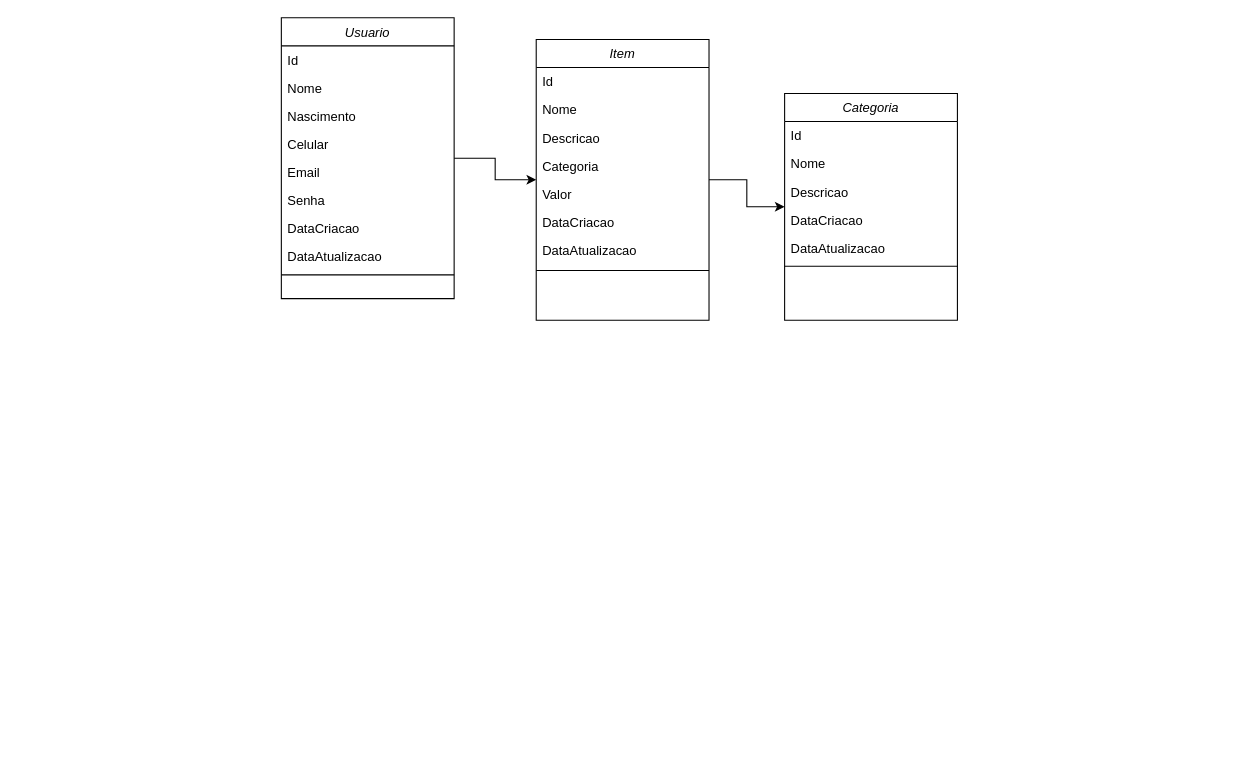
Earlier version of the draw.io diagram Diagrama sem nome.drawio (Olisabbi/Arithmosotto). Source tidied: cells renumbered, new cells numbered last; positions are measured from the earlier drawing's top-left corner, leaving out a move shared by most shapes. Both pictures are drawn from the tidied source at 108%, with x=0, y=0 at pixel (281, 17).
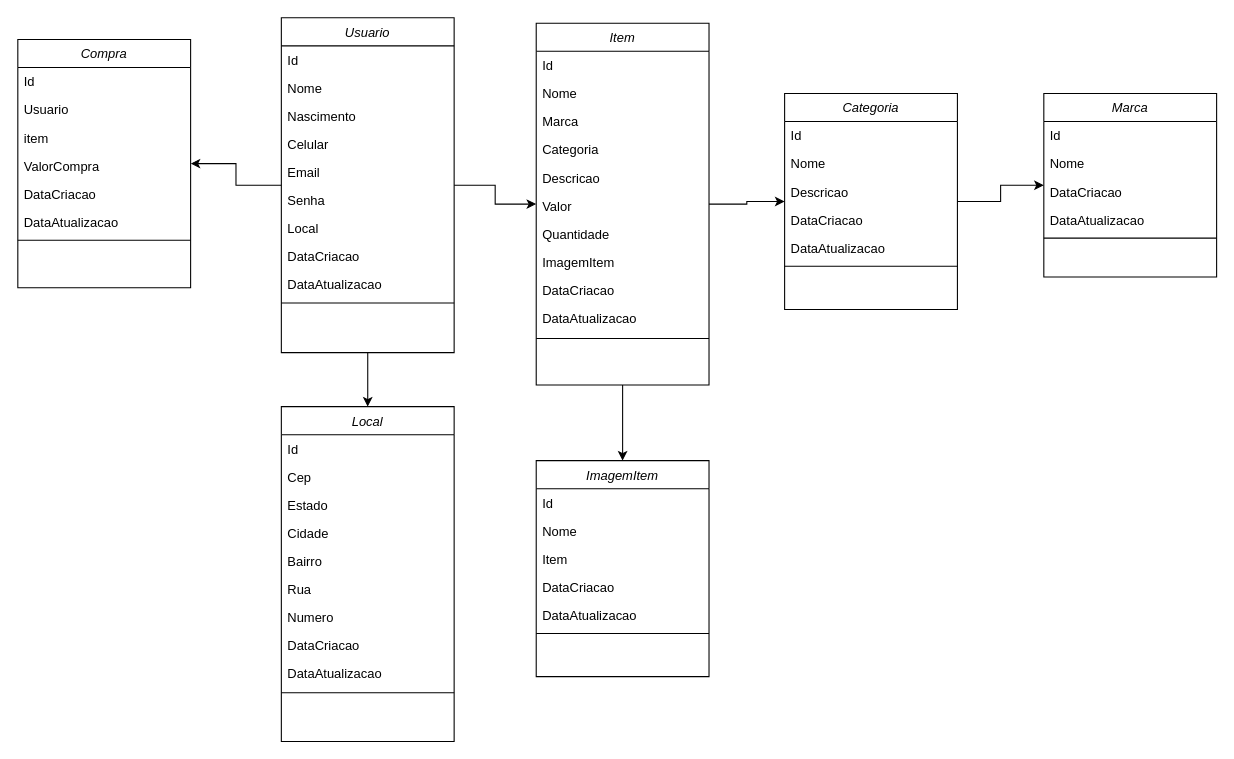
The same diagram, later.

The edit, as a diff of the source:
```diff
@@
+    <mxCell id="30" style="edgeStyle=orthogonalEdgeStyle;rounded=0;jettySize=auto;html=1;" parent="1" edge="1" source="3" target="38">
+      <mxGeometry relative="1" as="geometry" />
+    </mxCell>
+    <mxCell id="31" style="edgeStyle=orthogonalEdgeStyle;rounded=0;jettySize=auto;html=1;" parent="1" edge="1" source="3" target="59">
+      <mxGeometry relative="1" as="geometry" />
+    </mxCell>
     <mxCell id="3" value="Usuario" style="swimlane;fontStyle=2;align=center;verticalAlign=top;horizontal=1;startSize=26;rounded=0;shadow=0;strokeWidth=1;" parent="1" vertex="1">
-      <mxGeometry width="160" height="260" as="geometry" />
+      <mxGeometry width="160" height="310" as="geometry" />
     </mxCell>
@@
+    <mxCell id="32" value="Local" style="text;align=left;verticalAlign=top;spacingLeft=4;spacingRight=4;overflow=hidden;rounded=0;shadow=0;html=0;" parent="3" vertex="1">
+      <mxGeometry y="182" width="160" height="26" as="geometry" />
+    </mxCell>
     <mxCell id="10" value="DataCriacao" style="text;align=left;verticalAlign=top;spacingLeft=4;spacingRight=4;overflow=hidden;rounded=0;shadow=0;html=0;" parent="3" vertex="1">
-      <mxGeometry y="182" width="160" height="26" as="geometry" />
+      <mxGeometry y="208" width="160" height="26" as="geometry" />
     </mxCell>
     <mxCell id="11" value="DataAtualizacao" style="text;align=left;verticalAlign=top;spacingLeft=4;spacingRight=4;overflow=hidden;rounded=0;shadow=0;html=0;" parent="3" vertex="1">
-      <mxGeometry y="208" width="160" height="26" as="geometry" />
+      <mxGeometry y="234" width="160" height="26" as="geometry" />
     </mxCell>
     <mxCell id="12" style="line;html=1;strokeWidth=1;align=left;verticalAlign=middle;spacingTop=-1;spacingLeft=3;spacingRight=3;labelPosition=right;" parent="3" vertex="1">
-      <mxGeometry y="234" width="160" height="8" as="geometry" />
+      <mxGeometry y="260" width="160" height="8" as="geometry" />
     </mxCell>
@@
+    <mxCell id="33" style="edgeStyle=orthogonalEdgeStyle;rounded=0;jettySize=auto;html=1;exitX=0.5;exitY=1;exitDx=0;exitDy=0;entryX=0.5;entryY=0;entryDx=0;entryDy=0;" parent="1" edge="1" source="14" target="46">
+      <mxGeometry relative="1" as="geometry" />
+    </mxCell>
     <mxCell id="14" value="Item" style="swimlane;fontStyle=2;align=center;verticalAlign=top;horizontal=1;startSize=26;rounded=0;shadow=0;strokeWidth=1;" parent="1" vertex="1">
-      <mxGeometry x="236" y="20" width="160" height="260" as="geometry" />
+      <mxGeometry x="236" y="5" width="160" height="335" as="geometry" />
     </mxCell>
@@
+    <mxCell id="34" value="Marca" style="text;align=left;verticalAlign=top;spacingLeft=4;spacingRight=4;overflow=hidden;" parent="14" vertex="1">
+      <mxGeometry y="78" width="160" height="26" as="geometry" />
+    </mxCell>
+    <mxCell id="18" value="Categoria" style="text;align=left;verticalAlign=top;spacingLeft=4;spacingRight=4;overflow=hidden;rounded=0;shadow=0;html=0;" parent="14" vertex="1">
+      <mxGeometry y="104" width="160" height="26" as="geometry" />
+    </mxCell>
     <mxCell id="17" value="Descricao" style="text;align=left;verticalAlign=top;spacingLeft=4;spacingRight=4;overflow=hidden;rounded=0;shadow=0;html=0;" parent="14" vertex="1">
-      <mxGeometry y="78" width="160" height="26" as="geometry" />
+      <mxGeometry y="130" width="160" height="26" as="geometry" />
     </mxCell>
-    <mxCell id="18" value="Categoria" style="text;align=left;verticalAlign=top;spacingLeft=4;spacingRight=4;overflow=hidden;rounded=0;shadow=0;html=0;" parent="14" vertex="1">
-      <mxGeometry y="104" width="160" height="26" as="geometry" />
-    </mxCell>
     <mxCell id="19" value="Valor" style="text;align=left;verticalAlign=top;spacingLeft=4;spacingRight=4;overflow=hidden;rounded=0;shadow=0;html=0;" parent="14" vertex="1">
-      <mxGeometry y="130" width="160" height="26" as="geometry" />
+      <mxGeometry y="156" width="160" height="26" as="geometry" />
     </mxCell>
+    <mxCell id="35" value="Quantidade" style="text;align=left;verticalAlign=top;spacingLeft=4;spacingRight=4;overflow=hidden;rounded=0;shadow=0;html=0;" parent="14" vertex="1">
+      <mxGeometry y="182" width="160" height="26" as="geometry" />
+    </mxCell>
+    <mxCell id="36" value="ImagemItem" style="text;align=left;verticalAlign=top;spacingLeft=4;spacingRight=4;overflow=hidden;rounded=0;shadow=0;html=0;" parent="14" vertex="1">
+      <mxGeometry y="208" width="160" height="26" as="geometry" />
+    </mxCell>
     <mxCell id="20" value="DataCriacao" style="text;align=left;verticalAlign=top;spacingLeft=4;spacingRight=4;overflow=hidden;rounded=0;shadow=0;html=0;" parent="14" vertex="1">
-      <mxGeometry y="156" width="160" height="26" as="geometry" />
+      <mxGeometry y="234" width="160" height="26" as="geometry" />
     </mxCell>
     <mxCell id="21" value="DataAtualizacao" style="text;align=left;verticalAlign=top;spacingLeft=4;spacingRight=4;overflow=hidden;rounded=0;shadow=0;html=0;" parent="14" vertex="1">
-      <mxGeometry y="182" width="160" height="26" as="geometry" />
+      <mxGeometry y="260" width="160" height="26" as="geometry" />
     </mxCell>
     <mxCell id="22" style="line;html=1;strokeWidth=1;align=left;verticalAlign=middle;spacingTop=-1;spacingLeft=3;spacingRight=3;labelPosition=right;" parent="14" vertex="1">
-      <mxGeometry y="208" width="160" height="12" as="geometry" />
+      <mxGeometry y="286" width="160" height="12" as="geometry" />
     </mxCell>
+    <mxCell id="37" style="edgeStyle=orthogonalEdgeStyle;rounded=0;jettySize=auto;html=1;" parent="1" edge="1" source="23" target="53">
+      <mxGeometry relative="1" as="geometry" />
+    </mxCell>
     <mxCell id="23" value="Categoria" style="swimlane;fontStyle=2;align=center;verticalAlign=top;horizontal=1;startSize=26;rounded=0;shadow=0;strokeWidth=1;" parent="1" vertex="1">
-      <mxGeometry x="466" y="70" width="160" height="210" as="geometry" />
+      <mxGeometry x="466" y="70" width="160" height="200" as="geometry" />
     </mxCell>
@@
+    <mxCell id="38" value="Compra" style="swimlane;fontStyle=2;align=center;verticalAlign=top;horizontal=1;startSize=26;rounded=0;shadow=0;strokeWidth=1;" parent="1" vertex="1">
+      <mxGeometry x="-244" y="20" width="160" height="230" as="geometry" />
+    </mxCell>
+    <mxCell id="39" value="Id" style="text;align=left;verticalAlign=top;spacingLeft=4;spacingRight=4;overflow=hidden;" parent="38" vertex="1">
+      <mxGeometry y="26" width="160" height="26" as="geometry" />
+    </mxCell>
+    <mxCell id="40" value="Usuario" style="text;align=left;verticalAlign=top;spacingLeft=4;spacingRight=4;overflow=hidden;" parent="38" vertex="1">
+      <mxGeometry y="52" width="160" height="26" as="geometry" />
+    </mxCell>
+    <mxCell id="41" value="item" style="text;align=left;verticalAlign=top;spacingLeft=4;spacingRight=4;overflow=hidden;" parent="38" vertex="1">
+      <mxGeometry y="78" width="160" height="26" as="geometry" />
+    </mxCell>
+    <mxCell id="42" value="ValorCompra" style="text;align=left;verticalAlign=top;spacingLeft=4;spacingRight=4;overflow=hidden;rounded=0;shadow=0;html=0;" parent="38" vertex="1">
+      <mxGeometry y="104" width="160" height="26" as="geometry" />
+    </mxCell>
+    <mxCell id="43" value="DataCriacao" style="text;align=left;verticalAlign=top;spacingLeft=4;spacingRight=4;overflow=hidden;rounded=0;shadow=0;html=0;" parent="38" vertex="1">
+      <mxGeometry y="130" width="160" height="26" as="geometry" />
+    </mxCell>
+    <mxCell id="44" value="DataAtualizacao" style="text;align=left;verticalAlign=top;spacingLeft=4;spacingRight=4;overflow=hidden;rounded=0;shadow=0;html=0;" parent="38" vertex="1">
+      <mxGeometry y="156" width="160" height="26" as="geometry" />
+    </mxCell>
+    <mxCell id="45" style="line;html=1;strokeWidth=1;align=left;verticalAlign=middle;spacingTop=-1;spacingLeft=3;spacingRight=3;labelPosition=right;" parent="38" vertex="1">
+      <mxGeometry y="182" width="160" height="8" as="geometry" />
+    </mxCell>
+    <mxCell id="46" value="ImagemItem" style="swimlane;fontStyle=2;align=center;verticalAlign=top;horizontal=1;startSize=26;rounded=0;shadow=0;strokeWidth=1;" parent="1" vertex="1">
+      <mxGeometry x="236" y="410" width="160" height="200" as="geometry" />
+    </mxCell>
+    <mxCell id="47" value="Id" style="text;align=left;verticalAlign=top;spacingLeft=4;spacingRight=4;overflow=hidden;" parent="46" vertex="1">
+      <mxGeometry y="26" width="160" height="26" as="geometry" />
+    </mxCell>
+    <mxCell id="48" value="Nome" style="text;align=left;verticalAlign=top;spacingLeft=4;spacingRight=4;overflow=hidden;" parent="46" vertex="1">
+      <mxGeometry y="52" width="160" height="26" as="geometry" />
+    </mxCell>
+    <mxCell id="49" value="Item" style="text;align=left;verticalAlign=top;spacingLeft=4;spacingRight=4;overflow=hidden;rounded=0;shadow=0;html=0;" parent="46" vertex="1">
+      <mxGeometry y="78" width="160" height="26" as="geometry" />
+    </mxCell>
+    <mxCell id="50" value="DataCriacao" style="text;align=left;verticalAlign=top;spacingLeft=4;spacingRight=4;overflow=hidden;rounded=0;shadow=0;html=0;" parent="46" vertex="1">
+      <mxGeometry y="104" width="160" height="26" as="geometry" />
+    </mxCell>
+    <mxCell id="51" value="DataAtualizacao" style="text;align=left;verticalAlign=top;spacingLeft=4;spacingRight=4;overflow=hidden;rounded=0;shadow=0;html=0;" parent="46" vertex="1">
+      <mxGeometry y="130" width="160" height="26" as="geometry" />
+    </mxCell>
+    <mxCell id="52" style="line;html=1;strokeWidth=1;align=left;verticalAlign=middle;spacingTop=-1;spacingLeft=3;spacingRight=3;labelPosition=right;" parent="46" vertex="1">
+      <mxGeometry y="156" width="160" height="8" as="geometry" />
+    </mxCell>
+    <mxCell id="53" value="Marca" style="swimlane;fontStyle=2;align=center;verticalAlign=top;horizontal=1;startSize=26;rounded=0;shadow=0;strokeWidth=1;" parent="1" vertex="1">
+      <mxGeometry x="706" y="70" width="160" height="170" as="geometry" />
+    </mxCell>
+    <mxCell id="54" value="Id" style="text;align=left;verticalAlign=top;spacingLeft=4;spacingRight=4;overflow=hidden;" parent="53" vertex="1">
+      <mxGeometry y="26" width="160" height="26" as="geometry" />
+    </mxCell>
+    <mxCell id="55" value="Nome" style="text;align=left;verticalAlign=top;spacingLeft=4;spacingRight=4;overflow=hidden;" parent="53" vertex="1">
+      <mxGeometry y="52" width="160" height="26" as="geometry" />
+    </mxCell>
+    <mxCell id="56" value="DataCriacao" style="text;align=left;verticalAlign=top;spacingLeft=4;spacingRight=4;overflow=hidden;rounded=0;shadow=0;html=0;" parent="53" vertex="1">
+      <mxGeometry y="78" width="160" height="26" as="geometry" />
+    </mxCell>
+    <mxCell id="57" value="DataAtualizacao" style="text;align=left;verticalAlign=top;spacingLeft=4;spacingRight=4;overflow=hidden;rounded=0;shadow=0;html=0;" parent="53" vertex="1">
+      <mxGeometry y="104" width="160" height="26" as="geometry" />
+    </mxCell>
+    <mxCell id="58" style="line;html=1;strokeWidth=1;align=left;verticalAlign=middle;spacingTop=-1;spacingLeft=3;spacingRight=3;labelPosition=right;" parent="53" vertex="1">
+      <mxGeometry y="130" width="160" height="8" as="geometry" />
+    </mxCell>
+    <mxCell id="59" value="Local" style="swimlane;fontStyle=2;align=center;verticalAlign=top;horizontal=1;startSize=26;rounded=0;shadow=0;strokeWidth=1;" parent="1" vertex="1">
+      <mxGeometry y="360" width="160" height="310" as="geometry" />
+    </mxCell>
+    <mxCell id="60" value="Id" style="text;align=left;verticalAlign=top;spacingLeft=4;spacingRight=4;overflow=hidden;" parent="59" vertex="1">
+      <mxGeometry y="26" width="160" height="26" as="geometry" />
+    </mxCell>
+    <mxCell id="61" value="Cep" style="text;align=left;verticalAlign=top;spacingLeft=4;spacingRight=4;overflow=hidden;" parent="59" vertex="1">
+      <mxGeometry y="52" width="160" height="26" as="geometry" />
+    </mxCell>
+    <mxCell id="62" value="Estado" style="text;align=left;verticalAlign=top;spacingLeft=4;spacingRight=4;overflow=hidden;" parent="59" vertex="1">
+      <mxGeometry y="78" width="160" height="26" as="geometry" />
+    </mxCell>
+    <mxCell id="63" value="Cidade" style="text;align=left;verticalAlign=top;spacingLeft=4;spacingRight=4;overflow=hidden;rounded=0;shadow=0;html=0;" parent="59" vertex="1">
+      <mxGeometry y="104" width="160" height="26" as="geometry" />
+    </mxCell>
+    <mxCell id="64" value="Bairro" style="text;align=left;verticalAlign=top;spacingLeft=4;spacingRight=4;overflow=hidden;rounded=0;shadow=0;html=0;" parent="59" vertex="1">
+      <mxGeometry y="130" width="160" height="26" as="geometry" />
+    </mxCell>
+    <mxCell id="65" value="Rua" style="text;align=left;verticalAlign=top;spacingLeft=4;spacingRight=4;overflow=hidden;rounded=0;shadow=0;html=0;" parent="59" vertex="1">
+      <mxGeometry y="156" width="160" height="26" as="geometry" />
+    </mxCell>
+    <mxCell id="66" value="Numero" style="text;align=left;verticalAlign=top;spacingLeft=4;spacingRight=4;overflow=hidden;rounded=0;shadow=0;html=0;" parent="59" vertex="1">
+      <mxGeometry y="182" width="160" height="26" as="geometry" />
+    </mxCell>
+    <mxCell id="67" value="DataCriacao" style="text;align=left;verticalAlign=top;spacingLeft=4;spacingRight=4;overflow=hidden;rounded=0;shadow=0;html=0;" parent="59" vertex="1">
+      <mxGeometry y="208" width="160" height="26" as="geometry" />
+    </mxCell>
+    <mxCell id="68" value="DataAtualizacao" style="text;align=left;verticalAlign=top;spacingLeft=4;spacingRight=4;overflow=hidden;rounded=0;shadow=0;html=0;" parent="59" vertex="1">
+      <mxGeometry y="234" width="160" height="26" as="geometry" />
+    </mxCell>
+    <mxCell id="69" style="line;html=1;strokeWidth=1;align=left;verticalAlign=middle;spacingTop=-1;spacingLeft=3;spacingRight=3;labelPosition=right;" parent="59" vertex="1">
+      <mxGeometry y="260" width="160" height="10" as="geometry" />
+    </mxCell>
```
